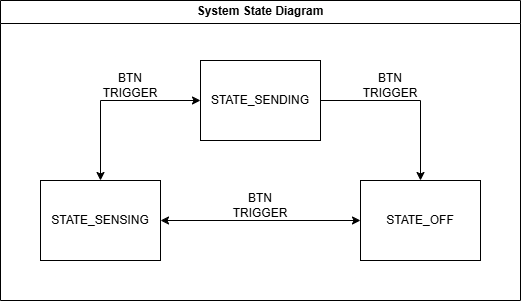
The draw.io diagram docs/images/System State Diagram.png in kumaradm/wrist-worn-hrv-monitor, before a commit. Source tidied: cells renumbered, new cells last; positions are measured from the earlier drawing's top-left corner, leaving out a move shared by most shapes. The source it was exported from:
```xml
<mxGraphModel>
  <root>
    <mxCell id="0" />
    <mxCell id="1" parent="0" />
    <mxCell id="2" style="edgeStyle=orthogonalEdgeStyle;rounded=0;jettySize=auto;html=1;exitX=1;exitY=0.5;exitDx=0;exitDy=0;entryX=0.5;entryY=0;entryDx=0;entryDy=0;" parent="1" edge="1" source="3" target="5">
      <mxGeometry relative="1" as="geometry" />
    </mxCell>
    <mxCell id="3" value="STATE_SENDING" style="rounded=0;whiteSpace=wrap;html=1;" parent="1" vertex="1">
      <mxGeometry x="200" y="60" width="120" height="80" as="geometry" />
    </mxCell>
    <mxCell id="4" value="STATE_SENSING" style="rounded=0;whiteSpace=wrap;html=1;" parent="1" vertex="1">
      <mxGeometry x="40" y="180" width="120" height="80" as="geometry" />
    </mxCell>
    <mxCell id="5" value="STATE_OFF" style="rounded=0;whiteSpace=wrap;html=1;" parent="1" vertex="1">
      <mxGeometry x="360" y="180" width="120" height="80" as="geometry" />
    </mxCell>
    <mxCell id="6" value="BTN TRIGGER" style="text;html=1;whiteSpace=wrap;strokeColor=none;fillColor=none;align=center;verticalAlign=middle;rounded=0;" parent="1" vertex="1">
      <mxGeometry x="100" y="70" width="60" height="30" as="geometry" />
    </mxCell>
    <mxCell id="7" value="BTN TRIGGER" style="text;html=1;whiteSpace=wrap;strokeColor=none;fillColor=none;align=center;verticalAlign=middle;rounded=0;" parent="1" vertex="1">
      <mxGeometry x="360" y="70" width="60" height="30" as="geometry" />
    </mxCell>
    <mxCell id="8" value="BTN TRIGGER" style="text;html=1;whiteSpace=wrap;strokeColor=none;fillColor=none;align=center;verticalAlign=middle;rounded=0;" parent="1" vertex="1">
      <mxGeometry x="230" y="190" width="60" height="30" as="geometry" />
    </mxCell>
    <mxCell id="9" style="endArrow=classic;startArrow=classic;html=1;rounded=0;exitX=0.5;exitY=0;exitDx=0;exitDy=0;entryX=0;entryY=0.5;entryDx=0;entryDy=0;" parent="1" edge="1" source="4" target="3">
      <mxGeometry relative="1" as="geometry">
        <Array as="points">
          <mxPoint x="100" y="100" />
        </Array>
      </mxGeometry>
    </mxCell>
    <mxCell id="10" style="endArrow=classic;startArrow=classic;html=1;rounded=0;exitX=1;exitY=0.5;exitDx=0;exitDy=0;entryX=0;entryY=0.5;entryDx=0;entryDy=0;" parent="1" edge="1" source="4" target="5">
      <mxGeometry relative="1" as="geometry" />
    </mxCell>
    <mxCell id="11" value="System State Diagram" style="swimlane;whiteSpace=wrap;html=1;" parent="1" vertex="1">
      <mxGeometry width="520" height="300" as="geometry" />
    </mxCell>
  </root>
</mxGraphModel>
```
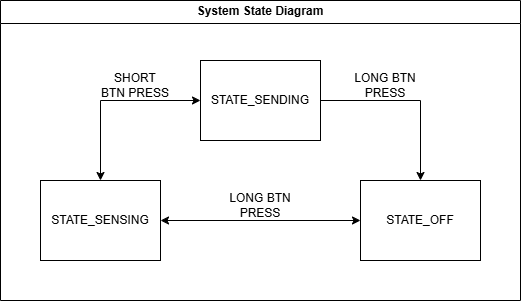
The same file after the commit.

What changed in the source:
```diff
@@ -14,15 +14,6 @@
     <mxCell id="5" value="STATE_OFF" style="rounded=0;whiteSpace=wrap;html=1;" parent="1" vertex="1">
       <mxGeometry x="360" y="180" width="120" height="80" as="geometry" />
     </mxCell>
-    <mxCell id="6" value="BTN TRIGGER" style="text;html=1;whiteSpace=wrap;strokeColor=none;fillColor=none;align=center;verticalAlign=middle;rounded=0;" parent="1" vertex="1">
-      <mxGeometry x="100" y="70" width="60" height="30" as="geometry" />
-    </mxCell>
-    <mxCell id="7" value="BTN TRIGGER" style="text;html=1;whiteSpace=wrap;strokeColor=none;fillColor=none;align=center;verticalAlign=middle;rounded=0;" parent="1" vertex="1">
-      <mxGeometry x="360" y="70" width="60" height="30" as="geometry" />
-    </mxCell>
-    <mxCell id="8" value="BTN TRIGGER" style="text;html=1;whiteSpace=wrap;strokeColor=none;fillColor=none;align=center;verticalAlign=middle;rounded=0;" parent="1" vertex="1">
-      <mxGeometry x="230" y="190" width="60" height="30" as="geometry" />
-    </mxCell>
     <mxCell id="9" style="endArrow=classic;startArrow=classic;html=1;rounded=0;exitX=0.5;exitY=0;exitDx=0;exitDy=0;entryX=0;entryY=0.5;entryDx=0;entryDy=0;" parent="1" edge="1" source="4" target="3">
       <mxGeometry relative="1" as="geometry">
         <Array as="points">
@@ -36,5 +27,14 @@
     <mxCell id="11" value="System State Diagram" style="swimlane;whiteSpace=wrap;html=1;" parent="1" vertex="1">
       <mxGeometry width="520" height="300" as="geometry" />
     </mxCell>
+    <mxCell id="6" value="SHORT BTN PRESS" style="text;html=1;whiteSpace=wrap;strokeColor=none;fillColor=none;align=center;verticalAlign=middle;rounded=0;" parent="11" vertex="1">
+      <mxGeometry x="100" y="70" width="70" height="30" as="geometry" />
+    </mxCell>
+    <mxCell id="12" value="LONG BTN PRESS" style="text;html=1;whiteSpace=wrap;strokeColor=none;fillColor=none;align=center;verticalAlign=middle;rounded=0;" parent="11" vertex="1">
+      <mxGeometry x="350" y="70" width="70" height="30" as="geometry" />
+    </mxCell>
+    <mxCell id="13" value="LONG BTN PRESS" style="text;html=1;whiteSpace=wrap;strokeColor=none;fillColor=none;align=center;verticalAlign=middle;rounded=0;" parent="11" vertex="1">
+      <mxGeometry x="225" y="190" width="70" height="30" as="geometry" />
+    </mxCell>
   </root>
 </mxGraphModel>
```
